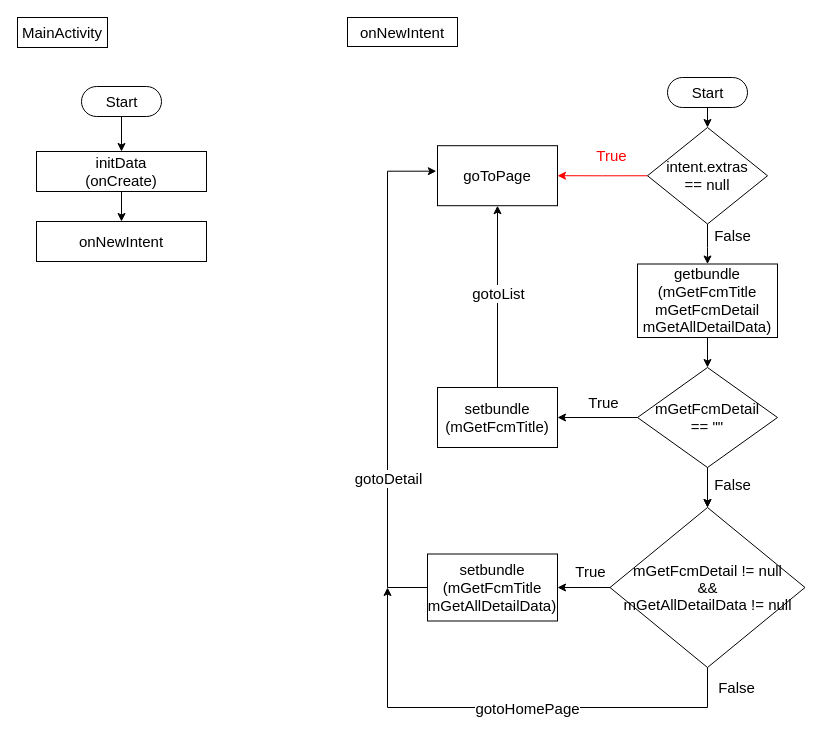
Above: page "MainActivity" (2 of 12) of 一般流程.drawio in ccckyc/draw (draw.io), before the change. Source tidied: cells renumbered, new cells numbered last; positions are measured from the earlier drawing's top-left corner, leaving out a move shared by most shapes. Both pictures are drawn from the tidied source at 100%, with x=0, y=0 at pixel (17, 17).
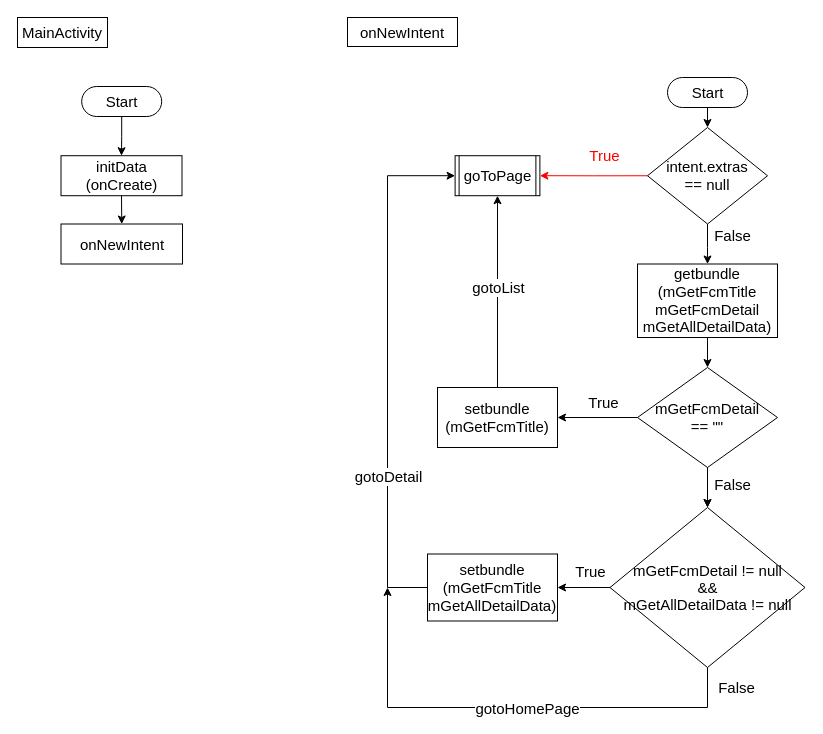
The same diagram, later.

The change refers to these unchanged cells:
```xml
<mxCell id="27" value="setbundle&lt;br style=&quot;font-size: 15px;&quot;&gt;(&lt;span style=&quot;font-size: 15px;&quot;&gt;mGetFcmTitle&lt;/span&gt;&lt;span style=&quot;font-size: 15px;&quot;&gt;)&lt;/span&gt;" style="whiteSpace=wrap;html=1;fillColor=none;hachureGap=4;fontSize=15;fontStyle=0;fontFamily=Helvetica;" parent="1" vertex="1">
  <mxGeometry x="420" y="370" width="120" height="60" as="geometry" />
</mxCell>
<mxCell id="35" value="setbundle&lt;br style=&quot;font-size: 15px;&quot;&gt;(&lt;span style=&quot;font-size: 15px;&quot;&gt;mGetFcmTitle&lt;/span&gt;&lt;br style=&quot;font-size: 15px;&quot;&gt;&lt;span style=&quot;font-size: 15px;&quot;&gt;mGetAllDetailData&lt;/span&gt;)" style="whiteSpace=wrap;html=1;fillColor=none;hachureGap=4;fontSize=15;fontStyle=0;fontFamily=Helvetica;" parent="1" vertex="1">
  <mxGeometry x="410" y="536.5" width="130" height="67" as="geometry" />
</mxCell>
```

Change to the diagram source:
```diff
@@
     <mxCell id="2" value="initData&lt;br style=&quot;font-size: 15px;&quot;&gt;(onCreate)" style="whiteSpace=wrap;html=1;dashed=0;fontStyle=0;fontSize=15;fontFamily=Helvetica;" parent="1" vertex="1">
-      <mxGeometry x="19" y="134" width="170" height="40" as="geometry" />
+      <mxGeometry x="43.5" y="138.2" width="121" height="40" as="geometry" />
     </mxCell>
@@
     <mxCell id="4" value="Start" style="html=1;dashed=0;whitespace=wrap;shape=mxgraph.dfd.start;fontStyle=0;fontSize=15;fontFamily=Helvetica;" parent="1" vertex="1">
-      <mxGeometry x="64" y="69" width="80" height="30" as="geometry" />
+      <mxGeometry x="64.2" y="69" width="80" height="30" as="geometry" />
     </mxCell>
@@
     <mxCell id="6" value="onNewIntent" style="whiteSpace=wrap;html=1;dashed=0;fontStyle=0;fontSize=15;hachureGap=4;fontFamily=Helvetica;" parent="1" vertex="1">
-      <mxGeometry x="19" y="204" width="170" height="40" as="geometry" />
+      <mxGeometry x="43.5" y="206.5" width="121.5" height="40" as="geometry" />
     </mxCell>
@@
-    <mxCell id="16" value="&lt;span style=&quot;font-size: 15px;&quot;&gt;goToPage&lt;/span&gt;" style="whiteSpace=wrap;html=1;hachureGap=4;strokeColor=default;fillColor=none;fontSize=15;fontStyle=0;fontFamily=Helvetica;" parent="1" vertex="1">
-      <mxGeometry x="420" y="128.2" width="120" height="60" as="geometry" />
-    </mxCell>
@@
-    <mxCell id="25" style="edgeStyle=orthogonalEdgeStyle;rounded=0;jettySize=auto;html=1;fontSize=15;fontStyle=0;fontFamily=Helvetica;" parent="1" edge="1" source="27" target="16">
+    <mxCell id="25" style="edgeStyle=orthogonalEdgeStyle;rounded=0;jettySize=auto;html=1;fontSize=15;fontStyle=0;fontFamily=Helvetica;entryX=0.5;entryY=1;entryDx=0;entryDy=0;" parent="1" edge="1" source="27" target="16">
       <mxGeometry relative="1" as="geometry" />
     </mxCell>
@@
-    <mxCell id="33" style="edgeStyle=orthogonalEdgeStyle;rounded=0;jettySize=auto;html=1;entryX=-0.01;entryY=0.425;entryDx=0;entryDy=0;entryPerimeter=0;fontSize=15;fontStyle=0;fontFamily=Helvetica;exitX=0;exitY=0.5;exitDx=0;exitDy=0;" parent="1" edge="1" source="35" target="16">
+    <mxCell id="33" style="edgeStyle=orthogonalEdgeStyle;rounded=0;jettySize=auto;html=1;fontSize=15;fontStyle=0;fontFamily=Helvetica;exitX=0;exitY=0.5;exitDx=0;exitDy=0;entryX=0;entryY=0.5;entryDx=0;entryDy=0;" parent="1" edge="1" source="35" target="16">
       <mxGeometry relative="1" as="geometry">
         <Array as="points">
           <mxPoint x="370" y="570" />
-          <mxPoint x="370" y="154" />
+          <mxPoint x="370" y="158" />
         </Array>
       </mxGeometry>
     </mxCell>
@@
+    <mxCell id="16" value="&lt;span&gt;goToPage&lt;/span&gt;" style="shape=process;whiteSpace=wrap;html=1;backgroundOutline=1;labelBackgroundColor=none;labelBorderColor=none;fontFamily=Helvetica;fontSize=15;fontColor=#000000;strokeWidth=1;fillColor=#FFFFFF;gradientColor=none;size=0.04977206526131552;" parent="1" vertex="1">
+      <mxGeometry x="437.6" y="138.2" width="84.8" height="40" as="geometry" />
+    </mxCell>
```
